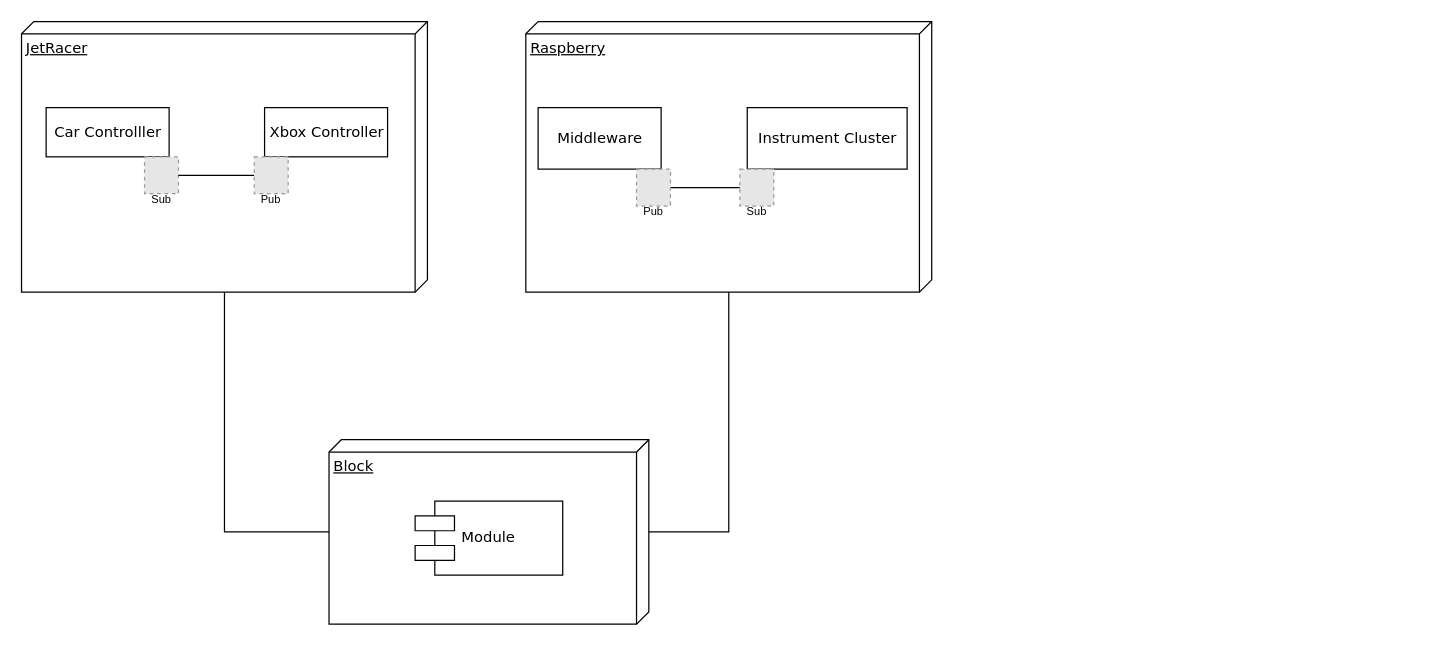
SEAME-pt/Team02-Course keeps this draw.io diagram as doc/diagrams/architecture.drawio. Above is the earlier version. Source tidied: cells renumbered, new cells numbered last; positions are measured from the earlier drawing's top-left corner, leaving out a move shared by most shapes. Both pictures are drawn from the tidied source at 123%, with x=0, y=0 at pixel (21, 21). Pictures stored in the file or linked from it are replaced by grey dashed boxes.
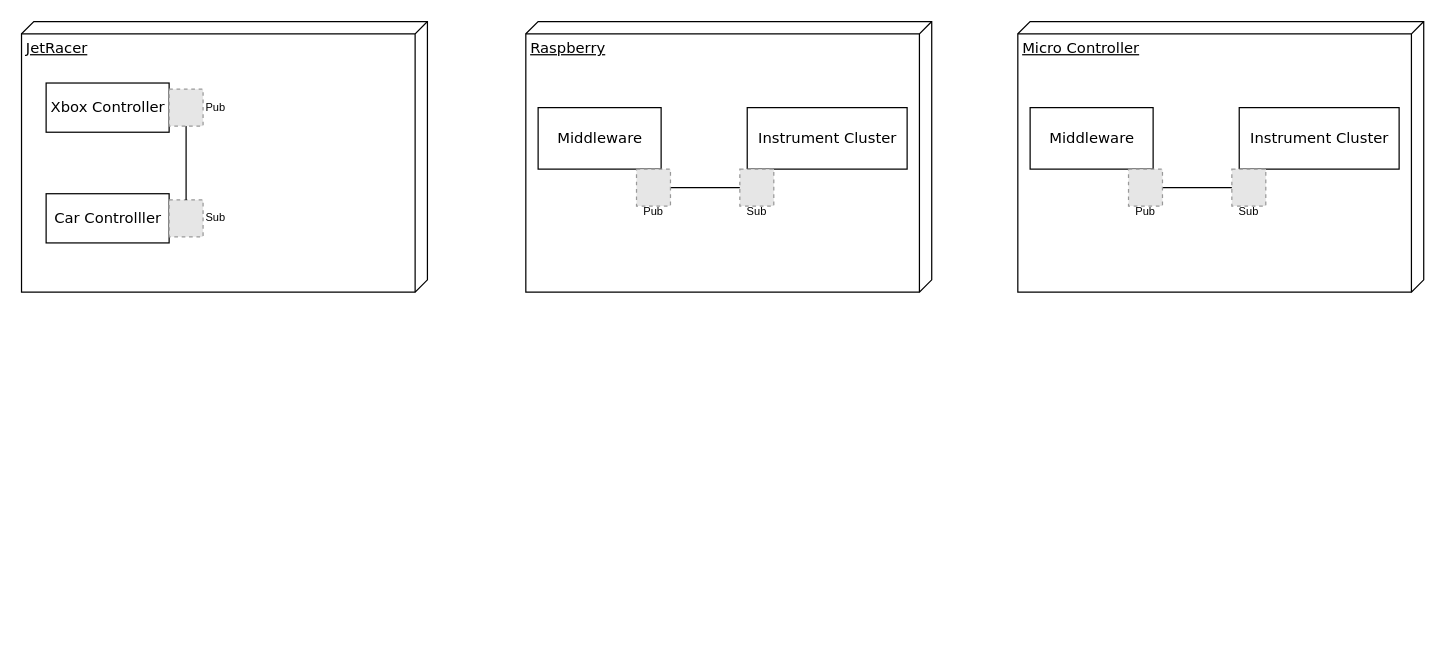
After the change.

The change refers to these unchanged cells:
```xml
<mxCell id="2" value="JetRacer&lt;div&gt;&lt;br&gt;&lt;/div&gt;" style="verticalAlign=top;align=left;spacingTop=8;spacingLeft=2;spacingRight=12;shape=cube;size=10;direction=south;fontStyle=4;html=1;rounded=0;shadow=0;comic=0;labelBackgroundColor=none;strokeWidth=1;fontFamily=Verdana;fontSize=12;" parent="1" vertex="1">
  <mxGeometry width="330" height="220" as="geometry" />
</mxCell>
<mxCell id="3" value="Raspberry&lt;div&gt;&lt;br&gt;&lt;/div&gt;" style="verticalAlign=top;align=left;spacingTop=8;spacingLeft=2;spacingRight=12;shape=cube;size=10;direction=south;fontStyle=4;html=1;rounded=0;shadow=0;comic=0;labelBackgroundColor=none;strokeWidth=1;fontFamily=Verdana;fontSize=12;" parent="1" vertex="1">
  <mxGeometry x="410" width="330" height="220" as="geometry" />
</mxCell>
```

What changed in the source:
```diff
@@
-    <mxCell id="4" value="Block" style="verticalAlign=top;align=left;spacingTop=8;spacingLeft=2;spacingRight=12;shape=cube;size=10;direction=south;fontStyle=4;html=1;rounded=0;shadow=0;comic=0;labelBackgroundColor=none;strokeWidth=1;fontFamily=Verdana;fontSize=12;" parent="1" vertex="1">
-      <mxGeometry x="250" y="340" width="260" height="150" as="geometry" />
-    </mxCell>
     <mxCell id="5" value="Car Controlller" style="html=1;rounded=0;shadow=0;comic=0;labelBackgroundColor=none;strokeWidth=1;fontFamily=Verdana;fontSize=12;align=center;" parent="1" vertex="1">
-      <mxGeometry x="20" y="70" width="100" height="40" as="geometry" />
+      <mxGeometry x="20" y="140" width="100" height="40" as="geometry" />
     </mxCell>
@@
-    <mxCell id="7" value="Module" style="shape=component;align=left;spacingLeft=36;rounded=0;shadow=0;comic=0;labelBackgroundColor=none;strokeWidth=1;fontFamily=Verdana;fontSize=12;html=1;" parent="1" vertex="1">
-      <mxGeometry x="320" y="390" width="120" height="60" as="geometry" />
-    </mxCell>
-    <mxCell id="8" style="edgeStyle=orthogonalEdgeStyle;rounded=0;html=1;labelBackgroundColor=none;startArrow=none;startFill=0;startSize=8;endArrow=none;endFill=0;endSize=16;fontFamily=Verdana;fontSize=12;" parent="1" edge="1" source="4" target="3">
-      <mxGeometry relative="1" as="geometry">
-        <Array as="points">
-          <mxPoint x="575" y="415" />
-        </Array>
-      </mxGeometry>
-    </mxCell>
-    <mxCell id="9" style="edgeStyle=orthogonalEdgeStyle;rounded=0;html=1;labelBackgroundColor=none;startArrow=none;startFill=0;startSize=8;endArrow=none;endFill=0;endSize=16;fontFamily=Verdana;fontSize=12;" parent="1" edge="1" source="4" target="2">
-      <mxGeometry relative="1" as="geometry">
-        <Array as="points">
-          <mxPoint x="165" y="415" />
-        </Array>
-      </mxGeometry>
-    </mxCell>
     <mxCell id="10" style="fillColor=#E6E6E6;strokeColor=#999999;dashed=1;verticalLabelPosition=bottom;labelBackgroundColor=default;verticalAlign=top;" parent="1" vertex="1">
-      <mxGeometry x="100" y="110" width="27.6" height="30" as="geometry" />
+      <mxGeometry x="120" y="145" width="27.6" height="30" as="geometry" />
     </mxCell>
     <mxCell id="11" value="Xbox Controller" style="html=1;rounded=0;shadow=0;comic=0;labelBackgroundColor=none;strokeWidth=1;fontFamily=Verdana;fontSize=12;align=center;" parent="1" vertex="1">
-      <mxGeometry x="197.6" y="70" width="100" height="40" as="geometry" />
+      <mxGeometry x="20" y="50" width="100" height="40" as="geometry" />
     </mxCell>
-    <mxCell id="12" style="edgeStyle=orthogonalEdgeStyle;rounded=0;jettySize=auto;html=1;entryX=1;entryY=0.5;entryDx=0;entryDy=0;startArrow=none;startFill=0;endArrow=none;endFill=0;" parent="1" edge="1" source="13" target="10">
+    <mxCell id="12" style="edgeStyle=orthogonalEdgeStyle;rounded=0;jettySize=auto;html=1;endArrow=none;endFill=0;" parent="1" edge="1" source="13" target="10">
       <mxGeometry relative="1" as="geometry" />
     </mxCell>
     <mxCell id="13" style="fillColor=#E6E6E6;strokeColor=#999999;dashed=1;verticalLabelPosition=bottom;labelBackgroundColor=default;verticalAlign=top;" parent="1" vertex="1">
-      <mxGeometry x="189.2" y="110" width="27.6" height="30" as="geometry" />
+      <mxGeometry x="120" y="55" width="27.6" height="30" as="geometry" />
     </mxCell>
     <mxCell id="14" value="Sub" style="text;html=1;align=center;verticalAlign=middle;whiteSpace=wrap;rounded=0;fontSize=9;" parent="1" vertex="1">
-      <mxGeometry x="83.8" y="130" width="60" height="30" as="geometry" />
+      <mxGeometry x="138.8" y="145" width="37.6" height="30" as="geometry" />
     </mxCell>
     <mxCell id="15" value="Pub" style="text;html=1;align=center;verticalAlign=middle;whiteSpace=wrap;rounded=0;fontSize=9;" parent="1" vertex="1">
-      <mxGeometry x="173" y="130" width="60" height="30" as="geometry" />
+      <mxGeometry x="143.8" y="55" width="27.6" height="30" as="geometry" />
     </mxCell>
@@
+    <mxCell id="22" value="&lt;div&gt;Micro Controller&lt;/div&gt;" style="verticalAlign=top;align=left;spacingTop=8;spacingLeft=2;spacingRight=12;shape=cube;size=10;direction=south;fontStyle=4;html=1;rounded=0;shadow=0;comic=0;labelBackgroundColor=none;strokeWidth=1;fontFamily=Verdana;fontSize=12;" parent="1" vertex="1">
+      <mxGeometry x="810" width="330" height="220" as="geometry" />
+    </mxCell>
+    <mxCell id="23" value="Instrument Cluster" style="html=1;rounded=0;shadow=0;comic=0;labelBackgroundColor=none;strokeWidth=1;fontFamily=Verdana;fontSize=12;align=center;" parent="1" vertex="1">
+      <mxGeometry x="990" y="70" width="130" height="50" as="geometry" />
+    </mxCell>
+    <mxCell id="24" value="Middleware" style="html=1;rounded=0;shadow=0;comic=0;labelBackgroundColor=none;strokeWidth=1;fontFamily=Verdana;fontSize=12;align=center;" parent="1" vertex="1">
+      <mxGeometry x="820" y="70" width="100" height="50" as="geometry" />
+    </mxCell>
+    <mxCell id="25" style="fillColor=#E6E6E6;strokeColor=#999999;dashed=1;verticalLabelPosition=bottom;labelBackgroundColor=default;verticalAlign=top;" parent="1" vertex="1">
+      <mxGeometry x="984" y="120" width="27.6" height="30" as="geometry" />
+    </mxCell>
+    <mxCell id="26" style="edgeStyle=orthogonalEdgeStyle;rounded=0;jettySize=auto;html=1;entryX=0;entryY=0.5;entryDx=0;entryDy=0;endArrow=none;endFill=0;" parent="1" edge="1" source="27" target="25">
+      <mxGeometry relative="1" as="geometry" />
+    </mxCell>
+    <mxCell id="27" style="fillColor=#E6E6E6;strokeColor=#999999;dashed=1;verticalLabelPosition=bottom;labelBackgroundColor=default;verticalAlign=top;" parent="1" vertex="1">
+      <mxGeometry x="900" y="120" width="27.6" height="30" as="geometry" />
+    </mxCell>
+    <mxCell id="28" value="Sub" style="text;html=1;align=center;verticalAlign=middle;whiteSpace=wrap;rounded=0;fontSize=9;" parent="1" vertex="1">
+      <mxGeometry x="967.8" y="140" width="60" height="30" as="geometry" />
+    </mxCell>
+    <mxCell id="29" value="Pub" style="text;html=1;align=center;verticalAlign=middle;whiteSpace=wrap;rounded=0;fontSize=9;" parent="1" vertex="1">
+      <mxGeometry x="883.8" y="140" width="60" height="30" as="geometry" />
+    </mxCell>
```
